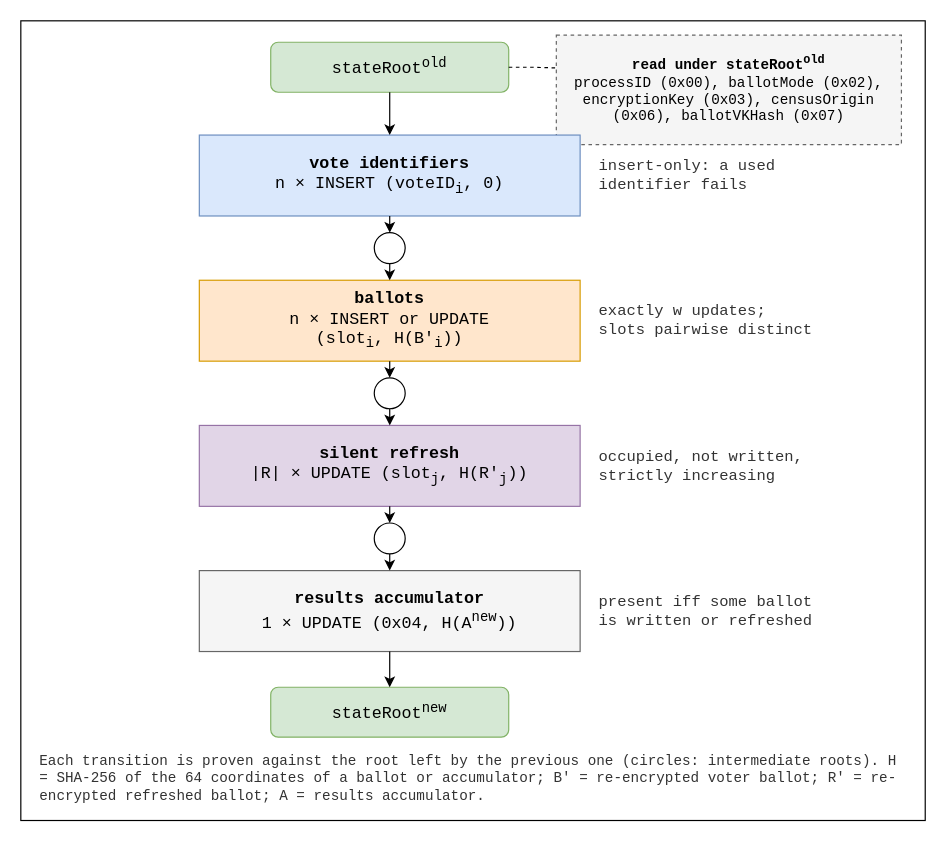
Before: v2/figures/smt-chain.drawio in vocdoni/davinci-paper, a draw.io diagram. Source tidied: cells renumbered, new cells numbered last; positions are measured from the earlier drawing's top-left corner, leaving out a move shared by most shapes. Both pictures are drawn from the tidied source at 119%, with x=0, y=0 at pixel (20, 20).
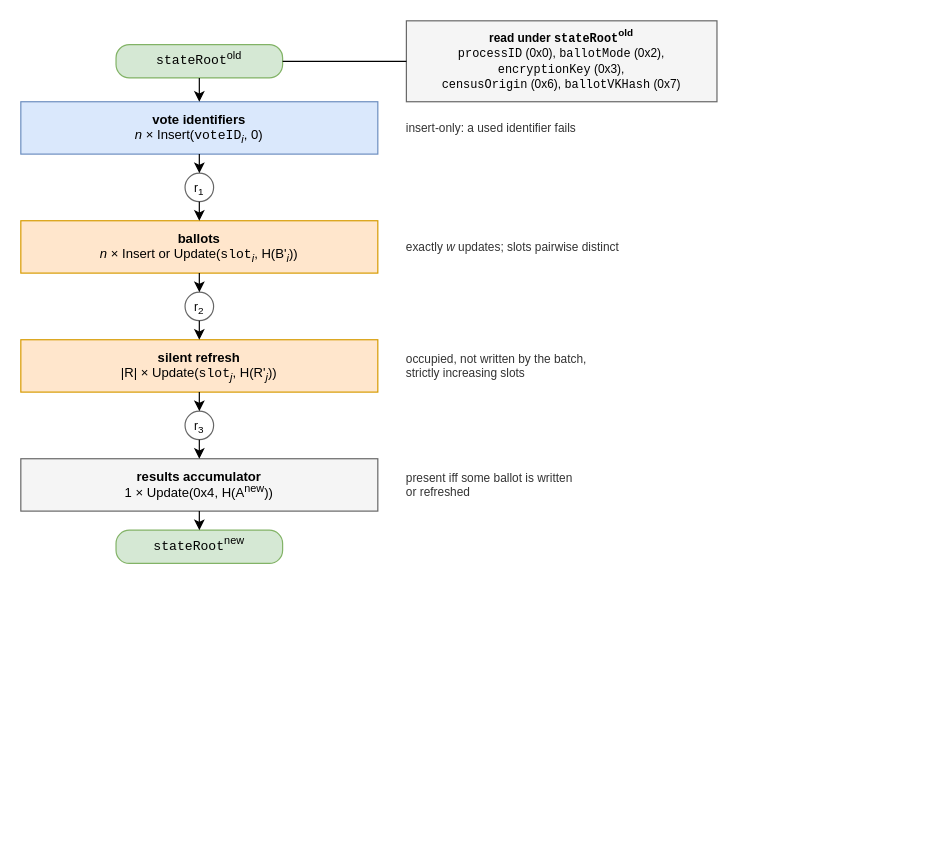
The same page after the edit.

Change to the diagram source:
```diff
@@
-    <mxCell id="2" style="rounded=0;whiteSpace=wrap;html=1;fontSize=11;fillColor=none;strokeColor=#000000;fontFamily=Courier New;verticalAlign=top;align=center;spacingTop=4;spacingLeft=6;fontStyle=1;" parent="1" vertex="1">
-      <mxGeometry width="760" height="672" as="geometry" />
-    </mxCell>
-    <mxCell id="3" value="stateRoot&lt;sup&gt;old&lt;/sup&gt;" style="rounded=1;whiteSpace=wrap;html=1;fontSize=14;fillColor=#d5e8d4;strokeColor=#82b366;fontFamily=Courier New;align=center;verticalAlign=middle;" parent="1" vertex="1">
-      <mxGeometry x="210" y="18" width="200" height="42" as="geometry" />
+    <mxCell id="3" value="&lt;b&gt;read under &lt;font face=&quot;Courier New&quot;&gt;stateRoot&lt;/font&gt;&lt;sup style=&quot;line-height:0&quot;&gt;old&lt;/sup&gt;&lt;/b&gt;&lt;br&gt;&lt;font face=&quot;Courier New&quot;&gt;processID&lt;/font&gt; (0x0), &lt;font face=&quot;Courier New&quot;&gt;ballotMode&lt;/font&gt; (0x2),&lt;br&gt;&lt;font face=&quot;Courier New&quot;&gt;encryptionKey&lt;/font&gt; (0x3),&lt;br&gt;&lt;font face=&quot;Courier New&quot;&gt;censusOrigin&lt;/font&gt; (0x6), &lt;font face=&quot;Courier New&quot;&gt;ballotVKHash&lt;/font&gt; (0x7)" style="rounded=0;whiteSpace=wrap;html=1;fontSize=10;fillColor=#f5f5f5;strokeColor=#666666;strokeWidth=1;fontFamily=Helvetica;align=center;verticalAlign=middle;spacingLeft=6;spacingRight=6;spacingTop=2;spacingBottom=2;" parent="1" vertex="1">
+      <mxGeometry x="324" width="261" height="68" as="geometry" />
     </mxCell>
-    <mxCell id="4" value="&lt;b&gt;read under stateRoot&lt;sup&gt;old&lt;/sup&gt;&lt;/b&gt;&lt;br&gt;processID (0x00), ballotMode (0x02),&lt;br&gt;encryptionKey (0x03), censusOrigin&lt;br&gt;(0x06), ballotVKHash (0x07)" style="rounded=0;whiteSpace=wrap;html=1;fontSize=12;fillColor=#f5f5f5;strokeColor=#666666;fontFamily=Courier New;align=center;verticalAlign=middle;dashed=1;" parent="1" vertex="1">
-      <mxGeometry x="450" y="12" width="290" height="92" as="geometry" />
+    <mxCell id="4" value="&lt;font face=&quot;Courier New&quot;&gt;stateRoot&lt;/font&gt;&lt;sup style=&quot;line-height:0&quot;&gt;old&lt;/sup&gt;" style="rounded=1;whiteSpace=wrap;html=1;fontSize=11;fillColor=#d5e8d4;strokeColor=#82b366;strokeWidth=1;fontFamily=Helvetica;align=center;verticalAlign=middle;spacingLeft=6;spacingRight=6;spacingTop=2;spacingBottom=2;arcSize=40;" parent="1" vertex="1">
+      <mxGeometry x="80" y="20" width="140" height="28" as="geometry" />
     </mxCell>
-    <mxCell id="5" style="edgeStyle=orthogonalEdgeStyle;rounded=0;html=1;endArrow=none;startArrow=none;endSize=6;startSize=6;fontSize=10;fontFamily=Courier New;strokeColor=#000000;strokeWidth=1;dashed=1;labelBackgroundColor=#ffffff;exitX=1;exitY=0.5;exitDx=0;exitDy=0;entryX=0;entryY=0.3;entryDx=0;entryDy=0;" parent="1" edge="1" source="3" target="4">
+    <mxCell id="5" style="edgeStyle=orthogonalEdgeStyle;rounded=0;html=1;endArrow=none;startArrow=none;endSize=6;startSize=6;fontSize=10;fontFamily=Helvetica;strokeColor=#000000;strokeWidth=1;labelBackgroundColor=#ffffff;exitX=1;exitY=0.5;exitDx=0;exitDy=0;entryX=0;entryY=0.5;entryDx=0;entryDy=0;" parent="1" edge="1" source="4" target="3">
       <mxGeometry relative="1" as="geometry" />
     </mxCell>
-    <mxCell id="6" value="&lt;b&gt;vote identifiers&lt;/b&gt;&lt;br&gt;n &amp;times; INSERT (voteID&lt;sub&gt;i&lt;/sub&gt;, 0)" style="rounded=0;whiteSpace=wrap;html=1;fontSize=14;fillColor=#dae8fc;strokeColor=#6c8ebf;fontFamily=Courier New;align=center;verticalAlign=middle;" parent="1" vertex="1">
-      <mxGeometry x="150" y="96" width="320" height="68" as="geometry" />
+    <mxCell id="6" value="&lt;b&gt;vote identifiers&lt;/b&gt;&lt;br&gt;&lt;i&gt;n&lt;/i&gt; &amp;times; Insert(&lt;font face=&quot;Courier New&quot;&gt;voteID&lt;/font&gt;&lt;sub style=&quot;line-height:0&quot;&gt;&lt;i&gt;i&lt;/i&gt;&lt;/sub&gt;, 0)" style="rounded=0;whiteSpace=wrap;html=1;fontSize=11;fillColor=#dae8fc;strokeColor=#6c8ebf;strokeWidth=1;fontFamily=Helvetica;align=center;verticalAlign=middle;spacingLeft=6;spacingRight=6;spacingTop=2;spacingBottom=2;" parent="1" vertex="1">
+      <mxGeometry y="68" width="300" height="44" as="geometry" />
     </mxCell>
-    <mxCell id="7" style="edgeStyle=orthogonalEdgeStyle;rounded=0;html=1;endArrow=classic;startArrow=none;endSize=6;startSize=6;fontSize=10;fontFamily=Courier New;strokeColor=#000000;strokeWidth=1;labelBackgroundColor=#ffffff;exitX=0.5;exitY=1;exitDx=0;exitDy=0;entryX=0.5;entryY=0;entryDx=0;entryDy=0;" parent="1" edge="1" source="3" target="6">
+    <mxCell id="7" style="edgeStyle=orthogonalEdgeStyle;rounded=0;html=1;endArrow=classic;startArrow=none;endSize=6;startSize=6;fontSize=10;fontFamily=Helvetica;strokeColor=#000000;strokeWidth=1;labelBackgroundColor=#ffffff;exitX=0.5;exitY=1;exitDx=0;exitDy=0;entryX=0.5;entryY=0;entryDx=0;entryDy=0;" parent="1" edge="1" source="4" target="6">
       <mxGeometry relative="1" as="geometry" />
     </mxCell>
-    <mxCell id="8" value="insert-only: a used&lt;br&gt;identifier fails" style="text;html=1;whiteSpace=wrap;fontSize=13;fontFamily=Courier New;align=left;verticalAlign=middle;fontColor=#333333;" parent="1" vertex="1">
-      <mxGeometry x="484" y="106" width="270" height="48" as="geometry" />
+    <mxCell id="8" value="insert-only: a used identifier fails" style="text;html=1;whiteSpace=wrap;fontSize=10;fontFamily=Helvetica;align=left;verticalAlign=middle;fontColor=#333333;spacing=0;" parent="1" vertex="1">
+      <mxGeometry x="324" y="68" width="261" height="44" as="geometry" />
     </mxCell>
-    <mxCell id="9" style="rounded=1;whiteSpace=wrap;html=1;fontSize=11;fillColor=#ffffff;strokeColor=#000000;fontFamily=Courier New;align=center;verticalAlign=middle;arcSize=50;" parent="1" vertex="1">
-      <mxGeometry x="297" y="178" width="26" height="26" as="geometry" />
+    <mxCell id="9" value="r&lt;sub style=&quot;line-height:0&quot;&gt;1&lt;/sub&gt;" style="rounded=0;whiteSpace=wrap;html=1;fontSize=10;fillColor=#ffffff;strokeColor=#666666;strokeWidth=1;fontFamily=Helvetica;align=center;verticalAlign=middle;spacingLeft=6;spacingRight=6;spacingTop=2;spacingBottom=2;ellipse;" parent="1" vertex="1">
+      <mxGeometry x="138" y="128" width="24" height="24" as="geometry" />
     </mxCell>
-    <mxCell id="10" style="edgeStyle=orthogonalEdgeStyle;rounded=0;html=1;endArrow=classic;startArrow=none;endSize=6;startSize=6;fontSize=10;fontFamily=Courier New;strokeColor=#000000;strokeWidth=1;labelBackgroundColor=#ffffff;exitX=0.5;exitY=1;exitDx=0;exitDy=0;entryX=0.5;entryY=0;entryDx=0;entryDy=0;" parent="1" edge="1" source="6" target="9">
+    <mxCell id="10" style="edgeStyle=orthogonalEdgeStyle;rounded=0;html=1;endArrow=classic;startArrow=none;endSize=6;startSize=6;fontSize=10;fontFamily=Helvetica;strokeColor=#000000;strokeWidth=1;labelBackgroundColor=#ffffff;exitX=0.5;exitY=1;exitDx=0;exitDy=0;entryX=0.5;entryY=0;entryDx=0;entryDy=0;" parent="1" edge="1" source="6" target="9">
       <mxGeometry relative="1" as="geometry" />
     </mxCell>
-    <mxCell id="11" value="&lt;b&gt;ballots&lt;/b&gt;&lt;br&gt;n &amp;times; INSERT or UPDATE&lt;br&gt;(slot&lt;sub&gt;i&lt;/sub&gt;, H(B'&lt;sub&gt;i&lt;/sub&gt;))" style="rounded=0;whiteSpace=wrap;html=1;fontSize=14;fillColor=#ffe6cc;strokeColor=#d79b00;fontFamily=Courier New;align=center;verticalAlign=middle;" parent="1" vertex="1">
-      <mxGeometry x="150" y="218" width="320" height="68" as="geometry" />
+    <mxCell id="11" value="&lt;b&gt;ballots&lt;/b&gt;&lt;br&gt;&lt;i&gt;n&lt;/i&gt; &amp;times; Insert or Update(&lt;font face=&quot;Courier New&quot;&gt;slot&lt;/font&gt;&lt;sub style=&quot;line-height:0&quot;&gt;&lt;i&gt;i&lt;/i&gt;&lt;/sub&gt;, H(B'&lt;sub style=&quot;line-height:0&quot;&gt;&lt;i&gt;i&lt;/i&gt;&lt;/sub&gt;))" style="rounded=0;whiteSpace=wrap;html=1;fontSize=11;fillColor=#ffe6cc;strokeColor=#d79b00;strokeWidth=1;fontFamily=Helvetica;align=center;verticalAlign=middle;spacingLeft=6;spacingRight=6;spacingTop=2;spacingBottom=2;" parent="1" vertex="1">
+      <mxGeometry y="168" width="300" height="44" as="geometry" />
     </mxCell>
-    <mxCell id="12" style="edgeStyle=orthogonalEdgeStyle;rounded=0;html=1;endArrow=classic;startArrow=none;endSize=6;startSize=6;fontSize=10;fontFamily=Courier New;strokeColor=#000000;strokeWidth=1;labelBackgroundColor=#ffffff;exitX=0.5;exitY=1;exitDx=0;exitDy=0;entryX=0.5;entryY=0;entryDx=0;entryDy=0;" parent="1" edge="1" source="9" target="11">
+    <mxCell id="12" style="edgeStyle=orthogonalEdgeStyle;rounded=0;html=1;endArrow=classic;startArrow=none;endSize=6;startSize=6;fontSize=10;fontFamily=Helvetica;strokeColor=#000000;strokeWidth=1;labelBackgroundColor=#ffffff;exitX=0.5;exitY=1;exitDx=0;exitDy=0;entryX=0.5;entryY=0;entryDx=0;entryDy=0;" parent="1" edge="1" source="9" target="11">
       <mxGeometry relative="1" as="geometry" />
     </mxCell>
-    <mxCell id="13" value="exactly w updates;&lt;br&gt;slots pairwise distinct" style="text;html=1;whiteSpace=wrap;fontSize=13;fontFamily=Courier New;align=left;verticalAlign=middle;fontColor=#333333;" parent="1" vertex="1">
-      <mxGeometry x="484" y="228" width="270" height="48" as="geometry" />
+    <mxCell id="13" value="exactly &lt;i&gt;w&lt;/i&gt; updates; slots pairwise distinct" style="text;html=1;whiteSpace=wrap;fontSize=10;fontFamily=Helvetica;align=left;verticalAlign=middle;fontColor=#333333;spacing=0;" parent="1" vertex="1">
+      <mxGeometry x="324" y="168" width="261" height="44" as="geometry" />
     </mxCell>
-    <mxCell id="14" style="rounded=1;whiteSpace=wrap;html=1;fontSize=11;fillColor=#ffffff;strokeColor=#000000;fontFamily=Courier New;align=center;verticalAlign=middle;arcSize=50;" parent="1" vertex="1">
-      <mxGeometry x="297" y="300" width="26" height="26" as="geometry" />
+    <mxCell id="14" value="r&lt;sub style=&quot;line-height:0&quot;&gt;2&lt;/sub&gt;" style="rounded=0;whiteSpace=wrap;html=1;fontSize=10;fillColor=#ffffff;strokeColor=#666666;strokeWidth=1;fontFamily=Helvetica;align=center;verticalAlign=middle;spacingLeft=6;spacingRight=6;spacingTop=2;spacingBottom=2;ellipse;" parent="1" vertex="1">
+      <mxGeometry x="138" y="228" width="24" height="24" as="geometry" />
     </mxCell>
-    <mxCell id="15" style="edgeStyle=orthogonalEdgeStyle;rounded=0;html=1;endArrow=classic;startArrow=none;endSize=6;startSize=6;fontSize=10;fontFamily=Courier New;strokeColor=#000000;strokeWidth=1;labelBackgroundColor=#ffffff;exitX=0.5;exitY=1;exitDx=0;exitDy=0;entryX=0.5;entryY=0;entryDx=0;entryDy=0;" parent="1" edge="1" source="11" target="14">
+    <mxCell id="15" style="edgeStyle=orthogonalEdgeStyle;rounded=0;html=1;endArrow=classic;startArrow=none;endSize=6;startSize=6;fontSize=10;fontFamily=Helvetica;strokeColor=#000000;strokeWidth=1;labelBackgroundColor=#ffffff;exitX=0.5;exitY=1;exitDx=0;exitDy=0;entryX=0.5;entryY=0;entryDx=0;entryDy=0;" parent="1" edge="1" source="11" target="14">
       <mxGeometry relative="1" as="geometry" />
     </mxCell>
-    <mxCell id="16" value="&lt;b&gt;silent refresh&lt;/b&gt;&lt;br&gt;|R| &amp;times; UPDATE (slot&lt;sub&gt;j&lt;/sub&gt;, H(R'&lt;sub&gt;j&lt;/sub&gt;))" style="rounded=0;whiteSpace=wrap;html=1;fontSize=14;fillColor=#e1d5e7;strokeColor=#9673a6;fontFamily=Courier New;align=center;verticalAlign=middle;" parent="1" vertex="1">
-      <mxGeometry x="150" y="340" width="320" height="68" as="geometry" />
+    <mxCell id="16" value="&lt;b&gt;silent refresh&lt;/b&gt;&lt;br&gt;|R| &amp;times; Update(&lt;font face=&quot;Courier New&quot;&gt;slot&lt;/font&gt;&lt;sub style=&quot;line-height:0&quot;&gt;&lt;i&gt;j&lt;/i&gt;&lt;/sub&gt;, H(R'&lt;sub style=&quot;line-height:0&quot;&gt;&lt;i&gt;j&lt;/i&gt;&lt;/sub&gt;))" style="rounded=0;whiteSpace=wrap;html=1;fontSize=11;fillColor=#ffe6cc;strokeColor=#d79b00;strokeWidth=1;fontFamily=Helvetica;align=center;verticalAlign=middle;spacingLeft=6;spacingRight=6;spacingTop=2;spacingBottom=2;" parent="1" vertex="1">
+      <mxGeometry y="268" width="300" height="44" as="geometry" />
     </mxCell>
-    <mxCell id="17" style="edgeStyle=orthogonalEdgeStyle;rounded=0;html=1;endArrow=classic;startArrow=none;endSize=6;startSize=6;fontSize=10;fontFamily=Courier New;strokeColor=#000000;strokeWidth=1;labelBackgroundColor=#ffffff;exitX=0.5;exitY=1;exitDx=0;exitDy=0;entryX=0.5;entryY=0;entryDx=0;entryDy=0;" parent="1" edge="1" source="14" target="16">
+    <mxCell id="17" style="edgeStyle=orthogonalEdgeStyle;rounded=0;html=1;endArrow=classic;startArrow=none;endSize=6;startSize=6;fontSize=10;fontFamily=Helvetica;strokeColor=#000000;strokeWidth=1;labelBackgroundColor=#ffffff;exitX=0.5;exitY=1;exitDx=0;exitDy=0;entryX=0.5;entryY=0;entryDx=0;entryDy=0;" parent="1" edge="1" source="14" target="16">
       <mxGeometry relative="1" as="geometry" />
     </mxCell>
-    <mxCell id="18" value="occupied, not written,&lt;br&gt;strictly increasing" style="text;html=1;whiteSpace=wrap;fontSize=13;fontFamily=Courier New;align=left;verticalAlign=middle;fontColor=#333333;" parent="1" vertex="1">
-      <mxGeometry x="484" y="350" width="270" height="48" as="geometry" />
+    <mxCell id="18" value="occupied, not written by the batch,&lt;br&gt;strictly increasing slots" style="text;html=1;whiteSpace=wrap;fontSize=10;fontFamily=Helvetica;align=left;verticalAlign=middle;fontColor=#333333;spacing=0;" parent="1" vertex="1">
+      <mxGeometry x="324" y="268" width="261" height="44" as="geometry" />
     </mxCell>
-    <mxCell id="19" style="rounded=1;whiteSpace=wrap;html=1;fontSize=11;fillColor=#ffffff;strokeColor=#000000;fontFamily=Courier New;align=center;verticalAlign=middle;arcSize=50;" parent="1" vertex="1">
-      <mxGeometry x="297" y="422" width="26" height="26" as="geometry" />
+    <mxCell id="19" value="r&lt;sub style=&quot;line-height:0&quot;&gt;3&lt;/sub&gt;" style="rounded=0;whiteSpace=wrap;html=1;fontSize=10;fillColor=#ffffff;strokeColor=#666666;strokeWidth=1;fontFamily=Helvetica;align=center;verticalAlign=middle;spacingLeft=6;spacingRight=6;spacingTop=2;spacingBottom=2;ellipse;" parent="1" vertex="1">
+      <mxGeometry x="138" y="328" width="24" height="24" as="geometry" />
     </mxCell>
-    <mxCell id="20" style="edgeStyle=orthogonalEdgeStyle;rounded=0;html=1;endArrow=classic;startArrow=none;endSize=6;startSize=6;fontSize=10;fontFamily=Courier New;strokeColor=#000000;strokeWidth=1;labelBackgroundColor=#ffffff;exitX=0.5;exitY=1;exitDx=0;exitDy=0;entryX=0.5;entryY=0;entryDx=0;entryDy=0;" parent="1" edge="1" source="16" target="19">
+    <mxCell id="20" style="edgeStyle=orthogonalEdgeStyle;rounded=0;html=1;endArrow=classic;startArrow=none;endSize=6;startSize=6;fontSize=10;fontFamily=Helvetica;strokeColor=#000000;strokeWidth=1;labelBackgroundColor=#ffffff;exitX=0.5;exitY=1;exitDx=0;exitDy=0;entryX=0.5;entryY=0;entryDx=0;entryDy=0;" parent="1" edge="1" source="16" target="19">
       <mxGeometry relative="1" as="geometry" />
     </mxCell>
-    <mxCell id="21" value="&lt;b&gt;results accumulator&lt;/b&gt;&lt;br&gt;1 &amp;times; UPDATE (0x04, H(A&lt;sup&gt;new&lt;/sup&gt;))" style="rounded=0;whiteSpace=wrap;html=1;fontSize=14;fillColor=#f5f5f5;strokeColor=#666666;fontFamily=Courier New;align=center;verticalAlign=middle;" parent="1" vertex="1">
-      <mxGeometry x="150" y="462" width="320" height="68" as="geometry" />
+    <mxCell id="21" value="&lt;b&gt;results accumulator&lt;/b&gt;&lt;br&gt;1 &amp;times; Update(0x4, H(A&lt;sup style=&quot;line-height:0&quot;&gt;new&lt;/sup&gt;))" style="rounded=0;whiteSpace=wrap;html=1;fontSize=11;fillColor=#f5f5f5;strokeColor=#666666;strokeWidth=1;fontFamily=Helvetica;align=center;verticalAlign=middle;spacingLeft=6;spacingRight=6;spacingTop=2;spacingBottom=2;" parent="1" vertex="1">
+      <mxGeometry y="368" width="300" height="44" as="geometry" />
     </mxCell>
-    <mxCell id="22" style="edgeStyle=orthogonalEdgeStyle;rounded=0;html=1;endArrow=classic;startArrow=none;endSize=6;startSize=6;fontSize=10;fontFamily=Courier New;strokeColor=#000000;strokeWidth=1;labelBackgroundColor=#ffffff;exitX=0.5;exitY=1;exitDx=0;exitDy=0;entryX=0.5;entryY=0;entryDx=0;entryDy=0;" parent="1" edge="1" source="19" target="21">
+    <mxCell id="22" style="edgeStyle=orthogonalEdgeStyle;rounded=0;html=1;endArrow=classic;startArrow=none;endSize=6;startSize=6;fontSize=10;fontFamily=Helvetica;strokeColor=#000000;strokeWidth=1;labelBackgroundColor=#ffffff;exitX=0.5;exitY=1;exitDx=0;exitDy=0;entryX=0.5;entryY=0;entryDx=0;entryDy=0;" parent="1" edge="1" source="19" target="21">
       <mxGeometry relative="1" as="geometry" />
     </mxCell>
-    <mxCell id="23" value="present iff some ballot&lt;br&gt;is written or refreshed" style="text;html=1;whiteSpace=wrap;fontSize=13;fontFamily=Courier New;align=left;verticalAlign=middle;fontColor=#333333;" parent="1" vertex="1">
-      <mxGeometry x="484" y="472" width="270" height="48" as="geometry" />
+    <mxCell id="23" value="present iff some ballot is written&lt;br&gt;or refreshed" style="text;html=1;whiteSpace=wrap;fontSize=10;fontFamily=Helvetica;align=left;verticalAlign=middle;fontColor=#333333;spacing=0;" parent="1" vertex="1">
+      <mxGeometry x="324" y="368" width="261" height="44" as="geometry" />
     </mxCell>
-    <mxCell id="24" value="stateRoot&lt;sup&gt;new&lt;/sup&gt;" style="rounded=1;whiteSpace=wrap;html=1;fontSize=14;fillColor=#d5e8d4;strokeColor=#82b366;fontFamily=Courier New;align=center;verticalAlign=middle;" parent="1" vertex="1">
-      <mxGeometry x="210" y="560" width="200" height="42" as="geometry" />
+    <mxCell id="24" value="&lt;font face=&quot;Courier New&quot;&gt;stateRoot&lt;/font&gt;&lt;sup style=&quot;line-height:0&quot;&gt;new&lt;/sup&gt;" style="rounded=1;whiteSpace=wrap;html=1;fontSize=11;fillColor=#d5e8d4;strokeColor=#82b366;strokeWidth=1;fontFamily=Helvetica;align=center;verticalAlign=middle;spacingLeft=6;spacingRight=6;spacingTop=2;spacingBottom=2;arcSize=40;" parent="1" vertex="1">
+      <mxGeometry x="80" y="428" width="140" height="28" as="geometry" />
     </mxCell>
-    <mxCell id="25" style="edgeStyle=orthogonalEdgeStyle;rounded=0;html=1;endArrow=classic;startArrow=none;endSize=6;startSize=6;fontSize=10;fontFamily=Courier New;strokeColor=#000000;strokeWidth=1;labelBackgroundColor=#ffffff;exitX=0.5;exitY=1;exitDx=0;exitDy=0;entryX=0.5;entryY=0;entryDx=0;entryDy=0;" parent="1" edge="1" source="21" target="24">
+    <mxCell id="25" style="edgeStyle=orthogonalEdgeStyle;rounded=0;html=1;endArrow=classic;startArrow=none;endSize=6;startSize=6;fontSize=10;fontFamily=Helvetica;strokeColor=#000000;strokeWidth=1;labelBackgroundColor=#ffffff;exitX=0.5;exitY=1;exitDx=0;exitDy=0;entryX=0.5;entryY=0;entryDx=0;entryDy=0;" parent="1" edge="1" source="21" target="24">
       <mxGeometry relative="1" as="geometry" />
     </mxCell>
-    <mxCell id="26" value="Each transition is proven against the root left by the previous one (circles: intermediate roots). H = SHA-256 of the 64 coordinates of a ballot or accumulator; B' = re-encrypted voter ballot; R' = re-encrypted refreshed ballot; A = results accumulator." style="text;html=1;whiteSpace=wrap;fontSize=12;fontFamily=Courier New;align=left;verticalAlign=middle;fontColor=#333333;" parent="1" vertex="1">
-      <mxGeometry x="14" y="612" width="732" height="50" as="geometry" />
-    </mxCell>
```
